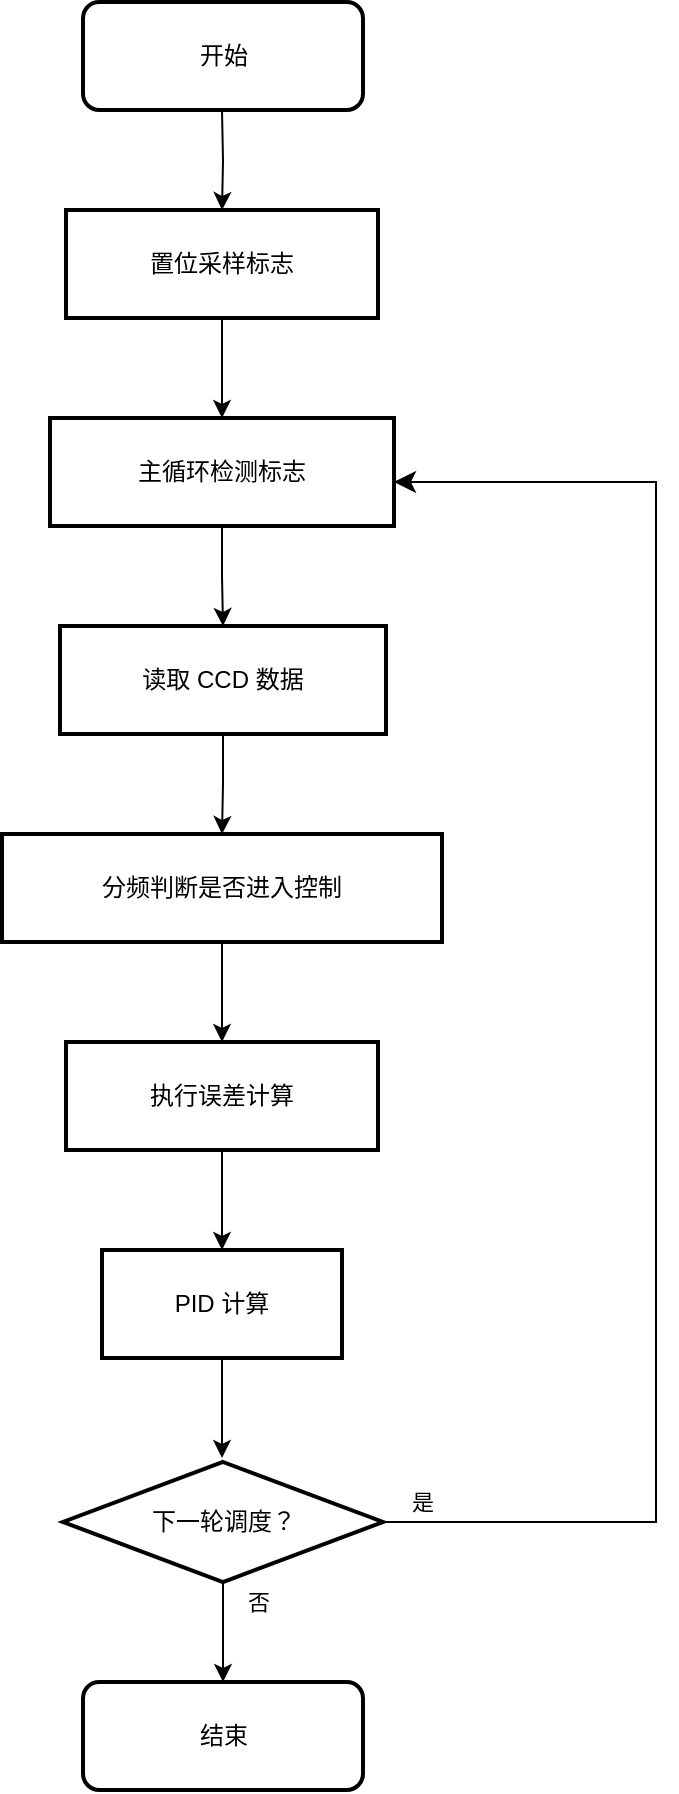
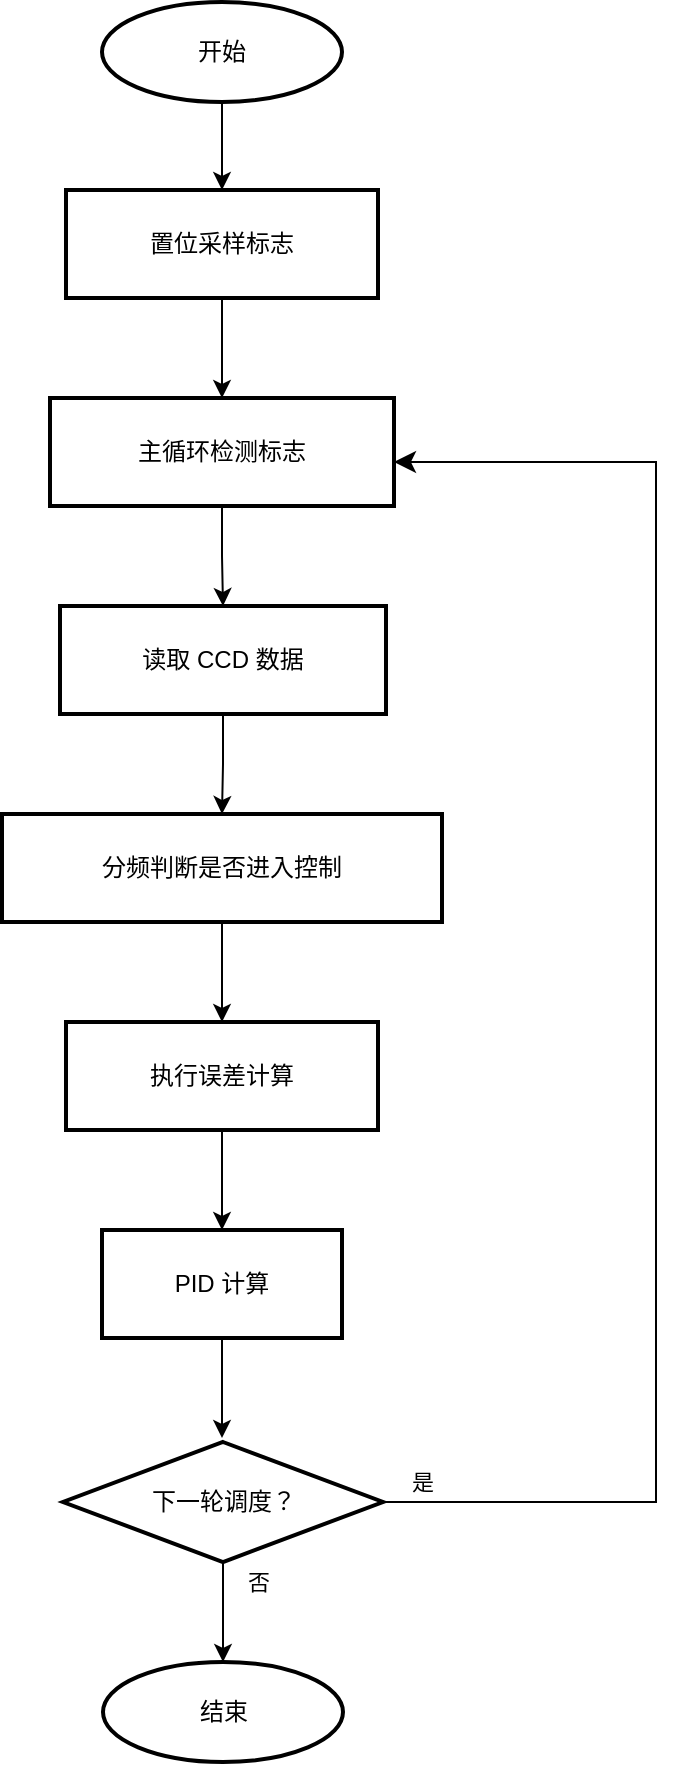
<mxfile host="app.diagrams.net">
  <diagram name="第 1 页" id="fdCTqZwBEFcVTL1RvFCw">
-     <mxGraphModel dx="808" dy="452" grid="1" gridSize="10" guides="1" tooltips="1" connect="1" arrows="1" fold="1" page="1" pageScale="1" pageWidth="827" pageHeight="1169" math="0" shadow="0">
+     <mxGraphModel dx="2175" dy="1217" grid="1" gridSize="10" guides="1" tooltips="1" connect="1" arrows="1" fold="1" page="1" pageScale="1" pageWidth="827" pageHeight="1169" math="0" shadow="0">
      <root>
        <mxCell id="0" />
        <mxCell id="1" parent="0" />
-         <mxCell id="pjiHDZ4J7BrmlbO9xxZN-24" edge="1" parent="1" style="edgeStyle=orthogonalEdgeStyle;rounded=0;orthogonalLoop=1;jettySize=auto;html=1;" target="pjiHDZ4J7BrmlbO9xxZN-2" value="">
-           <mxGeometry relative="1" as="geometry">
-             <mxPoint x="203" y="74" as="sourcePoint" />
-           </mxGeometry>
-         </mxCell>
        <mxCell id="pjiHDZ4J7BrmlbO9xxZN-23" edge="1" parent="1" source="pjiHDZ4J7BrmlbO9xxZN-2" style="edgeStyle=orthogonalEdgeStyle;rounded=0;orthogonalLoop=1;jettySize=auto;html=1;" target="pjiHDZ4J7BrmlbO9xxZN-3" value="">
          <mxGeometry relative="1" as="geometry" />
        </mxCell>
        <mxCell id="pjiHDZ4J7BrmlbO9xxZN-2" parent="1" style="whiteSpace=wrap;strokeWidth=2;fillColor=none;" value="置位采样标志" vertex="1">
          <mxGeometry height="54" width="156" x="125" y="124" as="geometry" />
        </mxCell>
        <mxCell id="pjiHDZ4J7BrmlbO9xxZN-22" edge="1" parent="1" source="pjiHDZ4J7BrmlbO9xxZN-3" style="edgeStyle=orthogonalEdgeStyle;rounded=0;orthogonalLoop=1;jettySize=auto;html=1;" target="pjiHDZ4J7BrmlbO9xxZN-4" value="">
          <mxGeometry relative="1" as="geometry" />
        </mxCell>
        <mxCell id="pjiHDZ4J7BrmlbO9xxZN-3" parent="1" style="whiteSpace=wrap;strokeWidth=2;fillColor=none;" value="主循环检测标志" vertex="1">
          <mxGeometry height="54" width="172" x="117" y="228" as="geometry" />
        </mxCell>
        <mxCell id="pjiHDZ4J7BrmlbO9xxZN-18" edge="1" parent="1" source="pjiHDZ4J7BrmlbO9xxZN-4" style="edgeStyle=orthogonalEdgeStyle;rounded=0;orthogonalLoop=1;jettySize=auto;html=1;" target="pjiHDZ4J7BrmlbO9xxZN-5" value="">
          <mxGeometry relative="1" as="geometry" />
        </mxCell>
        <mxCell id="pjiHDZ4J7BrmlbO9xxZN-4" parent="1" style="whiteSpace=wrap;strokeWidth=2;fillColor=none;" value="读取 CCD 数据" vertex="1">
          <mxGeometry height="54" width="163" x="122" y="332" as="geometry" />
        </mxCell>
        <mxCell id="pjiHDZ4J7BrmlbO9xxZN-25" edge="1" parent="1" source="pjiHDZ4J7BrmlbO9xxZN-5" style="edgeStyle=orthogonalEdgeStyle;rounded=0;orthogonalLoop=1;jettySize=auto;html=1;" target="pjiHDZ4J7BrmlbO9xxZN-6" value="">
          <mxGeometry relative="1" as="geometry" />
        </mxCell>
        <mxCell id="pjiHDZ4J7BrmlbO9xxZN-5" parent="1" style="whiteSpace=wrap;strokeWidth=2;fillColor=none;" value="分频判断是否进入控制" vertex="1">
          <mxGeometry height="54" width="220" x="93" y="436" as="geometry" />
        </mxCell>
        <mxCell id="pjiHDZ4J7BrmlbO9xxZN-26" edge="1" parent="1" source="pjiHDZ4J7BrmlbO9xxZN-6" style="edgeStyle=orthogonalEdgeStyle;rounded=0;orthogonalLoop=1;jettySize=auto;html=1;" target="pjiHDZ4J7BrmlbO9xxZN-7" value="">
          <mxGeometry relative="1" as="geometry" />
        </mxCell>
        <mxCell id="pjiHDZ4J7BrmlbO9xxZN-6" parent="1" style="whiteSpace=wrap;strokeWidth=2;fillColor=none;" value="执行误差计算" vertex="1">
          <mxGeometry height="54" width="156" x="125" y="540" as="geometry" />
        </mxCell>
        <mxCell id="pjiHDZ4J7BrmlbO9xxZN-27" edge="1" parent="1" source="pjiHDZ4J7BrmlbO9xxZN-7" style="edgeStyle=orthogonalEdgeStyle;rounded=0;orthogonalLoop=1;jettySize=auto;html=1;" value="">
          <mxGeometry relative="1" as="geometry">
            <mxPoint x="203" y="748" as="targetPoint" />
          </mxGeometry>
        </mxCell>
        <mxCell id="pjiHDZ4J7BrmlbO9xxZN-7" parent="1" style="whiteSpace=wrap;strokeWidth=2;fillColor=none;" value="PID 计算" vertex="1">
          <mxGeometry height="54" width="120" x="143" y="644" as="geometry" />
        </mxCell>
        <mxCell id="pjiHDZ4J7BrmlbO9xxZN-28" edge="1" parent="1" style="edgeStyle=elbowEdgeStyle;elbow=horizontal;endArrow=classic;html=1;curved=0;rounded=0;endSize=8;startSize=8;exitX=1;exitY=0.5;exitDx=0;exitDy=0;entryX=1;entryY=0.5;entryDx=0;entryDy=0;" value="">
          <mxGeometry height="50" relative="1" width="50" as="geometry">
            <Array as="points">
              <mxPoint x="420" y="525" />
            </Array>
            <mxPoint x="281" y="780" as="sourcePoint" />
            <mxPoint x="289" y="260" as="targetPoint" />
          </mxGeometry>
        </mxCell>
        <mxCell id="7P0XqFVE9fj91p0umQTo-3" connectable="0" parent="pjiHDZ4J7BrmlbO9xxZN-28" style="edgeLabel;html=1;align=center;verticalAlign=middle;resizable=0;points=[];" value="是" vertex="1">
          <mxGeometry relative="1" x="-0.9458" y="1" as="geometry">
            <mxPoint y="-9" as="offset" />
          </mxGeometry>
        </mxCell>
-         <mxCell id="7P0XqFVE9fj91p0umQTo-1" parent="1" style="rounded=1;whiteSpace=wrap;html=1;fillColor=none;strokeWidth=2;" value="开始" vertex="1">
-           <mxGeometry height="54" width="140" x="133.5" y="20" as="geometry" />
-         </mxCell>
-         <mxCell id="7P0XqFVE9fj91p0umQTo-5" edge="1" parent="1" source="7P0XqFVE9fj91p0umQTo-2" style="edgeStyle=orthogonalEdgeStyle;rounded=0;orthogonalLoop=1;jettySize=auto;html=1;" target="7P0XqFVE9fj91p0umQTo-4" value="">
-           <mxGeometry relative="1" as="geometry" />
+         <mxCell id="7P0XqFVE9fj91p0umQTo-5" edge="1" parent="1" source="7P0XqFVE9fj91p0umQTo-2" style="edgeStyle=orthogonalEdgeStyle;rounded=0;orthogonalLoop=1;jettySize=auto;html=1;" value="">
+           <mxGeometry relative="1" as="geometry">
+             <mxPoint x="203.5" y="860" as="targetPoint" />
+           </mxGeometry>
        </mxCell>
        <mxCell id="7P0XqFVE9fj91p0umQTo-6" connectable="0" parent="7P0XqFVE9fj91p0umQTo-5" style="edgeLabel;html=1;align=center;verticalAlign=middle;resizable=0;points=[];" value="否" vertex="1">
          <mxGeometry relative="1" x="-0.7371" y="2" as="geometry">
            <mxPoint x="15" y="3" as="offset" />
          </mxGeometry>
        </mxCell>
        <mxCell id="7P0XqFVE9fj91p0umQTo-2" parent="1" style="rhombus;whiteSpace=wrap;html=1;strokeWidth=2;fillColor=none;" value="下一轮调度？" vertex="1">
          <mxGeometry height="60" width="160" x="123.5" y="750" as="geometry" />
        </mxCell>
-         <mxCell id="7P0XqFVE9fj91p0umQTo-4" parent="1" style="rounded=1;whiteSpace=wrap;html=1;fillColor=none;strokeWidth=2;" value="结束" vertex="1">
-           <mxGeometry height="54" width="140" x="133.5" y="860" as="geometry" />
+         <mxCell id="qP2lWkEX3UEsF6FeK_gL-3" edge="1" parent="1" source="qP2lWkEX3UEsF6FeK_gL-1" style="edgeStyle=orthogonalEdgeStyle;rounded=0;orthogonalLoop=1;jettySize=auto;html=1;" target="pjiHDZ4J7BrmlbO9xxZN-2" value="">
+           <mxGeometry relative="1" as="geometry" />
+         </mxCell>
+         <mxCell id="qP2lWkEX3UEsF6FeK_gL-1" parent="1" style="strokeWidth=2;html=1;shape=mxgraph.flowchart.start_1;whiteSpace=wrap;fillColor=none;" value="开始" vertex="1">
+           <mxGeometry height="50" width="120" x="143" y="30" as="geometry" />
+         </mxCell>
+         <mxCell id="qP2lWkEX3UEsF6FeK_gL-4" parent="1" style="strokeWidth=2;html=1;shape=mxgraph.flowchart.start_1;whiteSpace=wrap;fillColor=none;" value="结束" vertex="1">
+           <mxGeometry height="50" width="120" x="143.5" y="860" as="geometry" />
        </mxCell>
      </root>
    </mxGraphModel>
  </diagram>
</mxfile>
